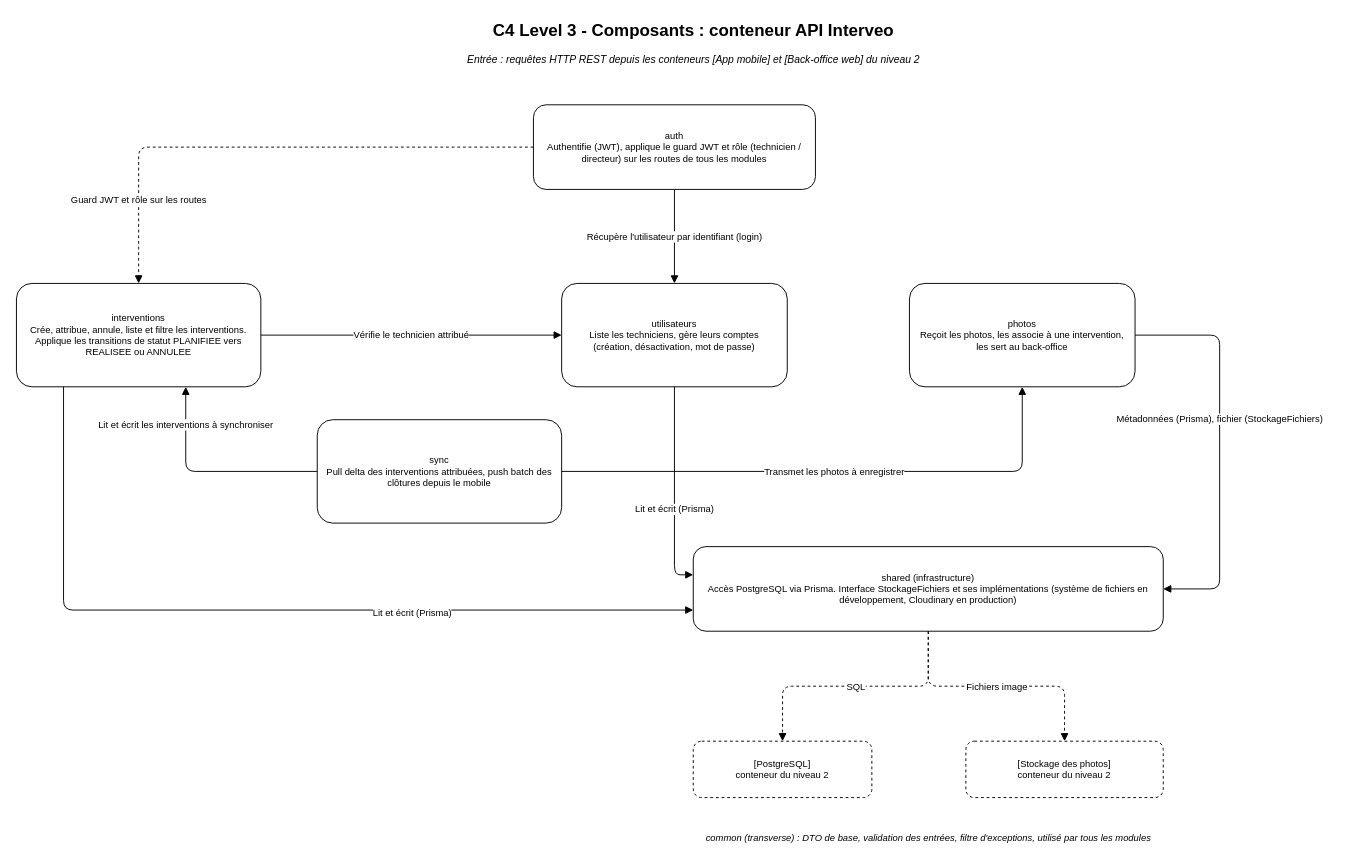
Earlier version of the draw.io diagram page "C4 Level 3 - Composants (API)" (3 of 5) of docs/interveo-c4.drawio (Tiene1/interveo-backend). Source tidied: cells renumbered, new cells numbered last; positions are measured from the earlier drawing's top-left corner, leaving out a move shared by most shapes. Both pictures are drawn from the tidied source at 94%, with x=0, y=0 at pixel (16, 16).
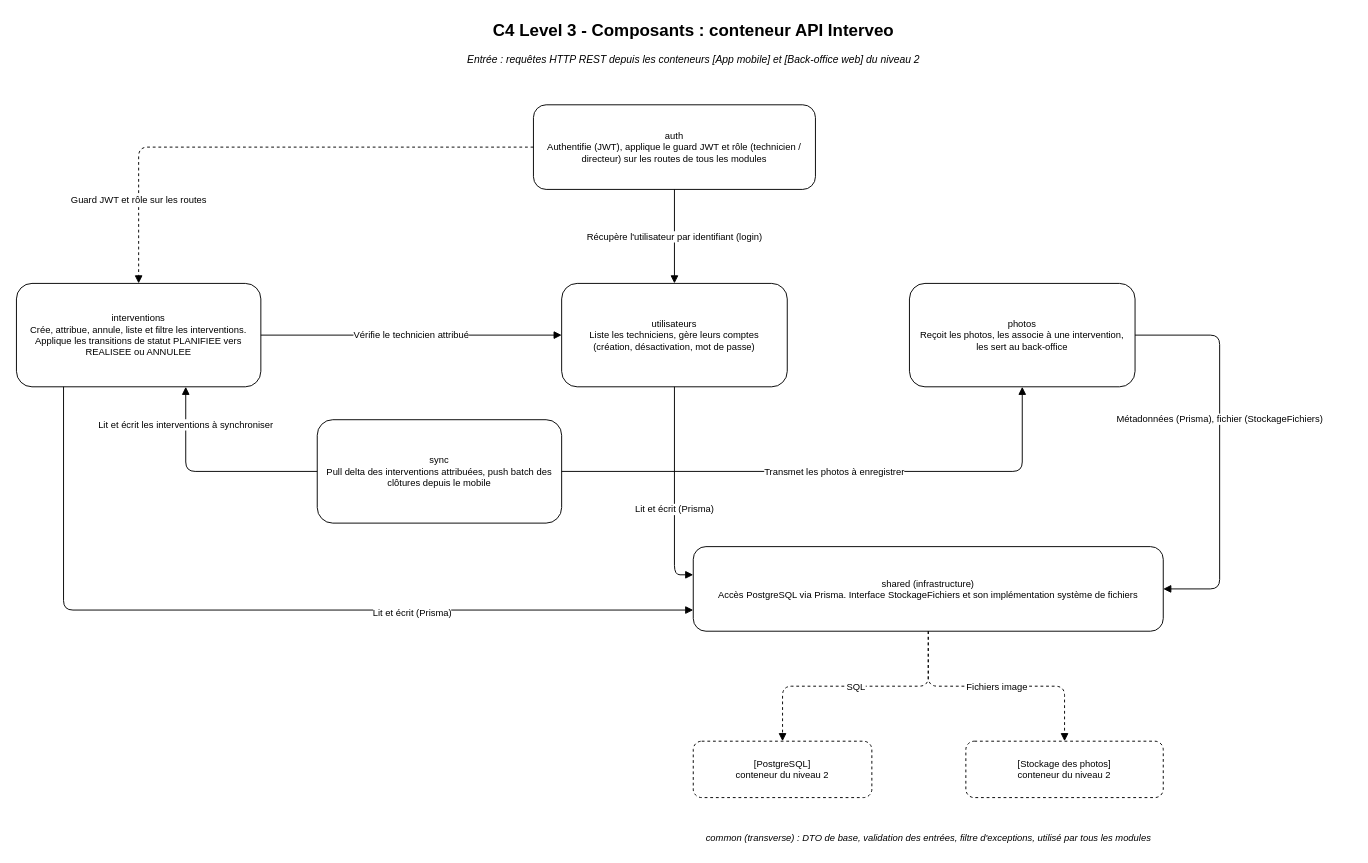
The same diagram, later.

What changed in the source:
```diff
@@
-    <mxCell id="9" value="shared (infrastructure)&#10;Accès PostgreSQL via Prisma. Interface StockageFichiers et ses implémentations (système de fichiers en développement, Cloudinary en production)" style="rounded=1;whiteSpace=wrap;html=1;fillColor=none;verticalAlign=middle;spacingLeft=8;spacingRight=8;fontSize=10;" parent="1" vertex="1">
+    <mxCell id="9" value="shared (infrastructure)&#10;Accès PostgreSQL via Prisma. Interface StockageFichiers et son implémentation système de fichiers" style="rounded=1;whiteSpace=wrap;html=1;fillColor=none;verticalAlign=middle;spacingLeft=8;spacingRight=8;fontSize=10;" parent="1" vertex="1">
       <mxGeometry x="720" y="564" width="500" height="90" as="geometry" />
     </mxCell>
```
